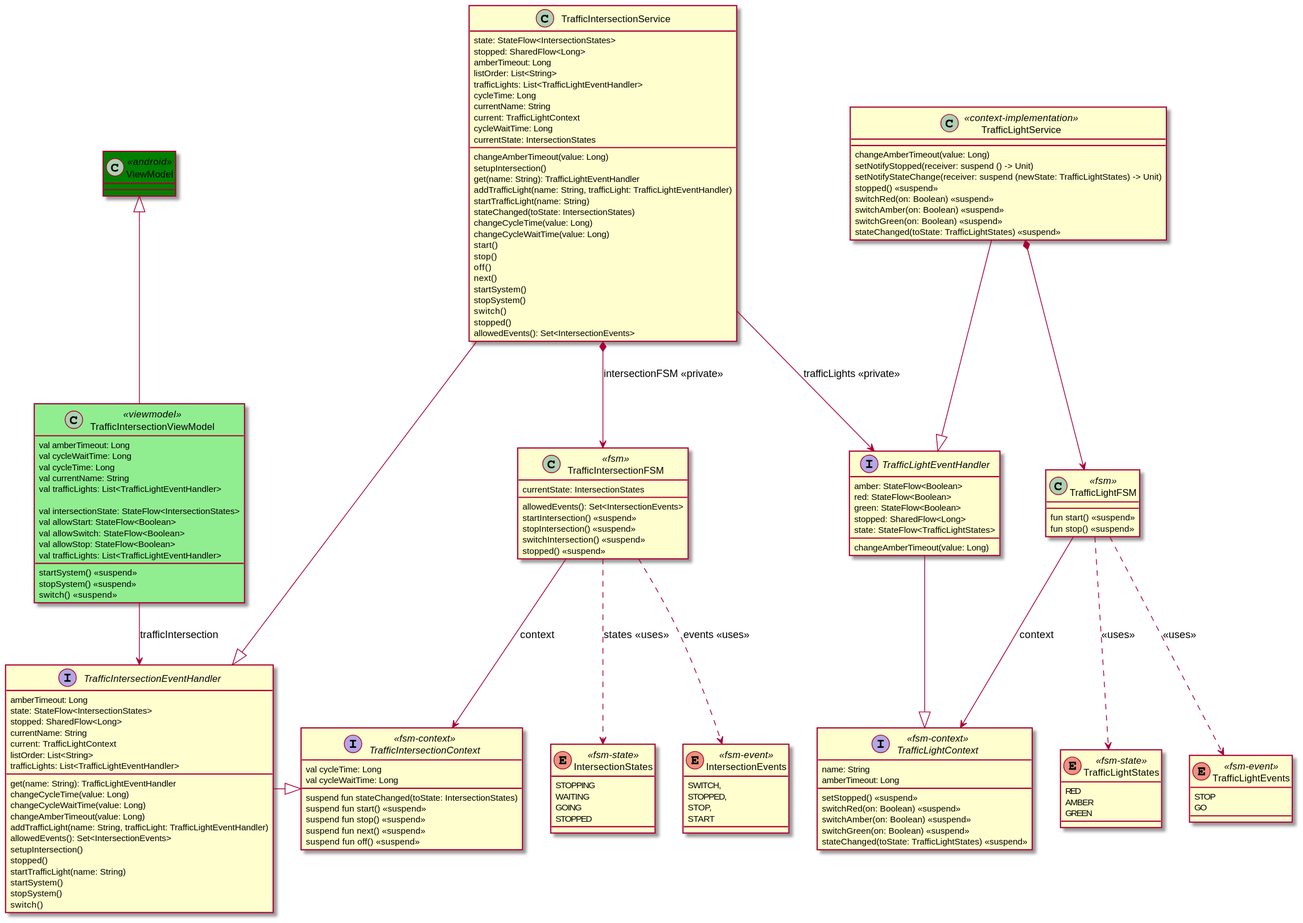
Above: traffic-intersection-model.svg in open-jumpco/kfsm-mpp-compose-traffic (PlantUML), before the change. The source it was exported from:
```plantuml
@startuml

enum TrafficLightStates <<fsm-state>> {
    RED
    AMBER
    GREEN
}

enum TrafficLightEvents <<fsm-event>> {
    STOP
    GO
}
interface TrafficLightContext <<fsm-context>> {
    name: String
    amberTimeout: Long
    setStopped() <<suspend>>
    switchRed(on: Boolean) <<suspend>>
    switchAmber(on: Boolean) <<suspend>>
    switchGreen(on: Boolean) <<suspend>>
    stateChanged(toState: TrafficLightStates) <<suspend>>
}

interface TrafficLightEventHandler {
    amber: StateFlow<Boolean>
    red: StateFlow<Boolean>
    green: StateFlow<Boolean>
    stopped: SharedFlow<Long>
    state: StateFlow<TrafficLightStates>
    changeAmberTimeout(value: Long)
}
TrafficLightEventHandler -|> TrafficLightContext

class TrafficLightFSM <<fsm>> {
    fun start() <<suspend>>
    fun stop() <<suspend>>
}

TrafficLightFSM ..> TrafficLightStates: <<uses>>
TrafficLightFSM ..> TrafficLightEvents: <<uses>>
TrafficLightFSM --> TrafficLightContext: context

class TrafficLightService <<context-implementation>> {
    changeAmberTimeout(value: Long)
    setNotifyStopped(receiver: suspend () -> Unit)
    setNotifyStateChange(receiver: suspend (newState: TrafficLightStates) -> Unit)
    stopped() <<suspend>>
    switchRed(on: Boolean) <<suspend>>
    switchAmber(on: Boolean) <<suspend>>
    switchGreen(on: Boolean) <<suspend>>
    stateChanged(toState: TrafficLightStates) <<suspend>>
}

TrafficLightService --|> TrafficLightEventHandler
TrafficLightService *--> TrafficLightFSM


enum IntersectionStates <<fsm-state>> {
    STOPPING
    WAITING
    GOING
    STOPPED
}

enum IntersectionEvents <<fsm-event>> {
    SWITCH,
    STOPPED,
    STOP,
    START
}

interface TrafficIntersectionContext <<fsm-context>> {
    val cycleTime: Long
    val cycleWaitTime: Long
    suspend fun stateChanged(toState: IntersectionStates)
    suspend fun start() <<suspend>>
    suspend fun stop() <<suspend>>
    suspend fun next() <<suspend>>
    suspend fun off() <<suspend>>
}

class TrafficIntersectionFSM <<fsm>> {
    currentState: IntersectionStates
    allowedEvents(): Set<IntersectionEvents>
    startIntersection() <<suspend>>
    stopIntersection() <<suspend>>
    switchIntersection() <<suspend>>
    stopped() <<suspend>>
}

TrafficIntersectionFSM --> TrafficIntersectionContext: context
TrafficIntersectionFSM ..> IntersectionEvents: events <<uses>>
TrafficIntersectionFSM ..> IntersectionStates: states <<uses>>

interface TrafficIntersectionEventHandler {
    amberTimeout: Long
    state: StateFlow<IntersectionStates>
    stopped: SharedFlow<Long>
    currentName: String
    current: TrafficLightContext
    listOrder: List<String>
    trafficLights: List<TrafficLightEventHandler>
    get(name: String): TrafficLightEventHandler
    changeCycleTime(value: Long)
    changeCycleWaitTime(value: Long)
    changeAmberTimeout(value: Long)
    addTrafficLight(name: String, trafficLight: TrafficLightEventHandler)
    allowedEvents(): Set<IntersectionEvents>
    setupIntersection()
    stopped()
    startTrafficLight(name: String)
    startSystem()
    stopSystem()
    switch()
}

TrafficIntersectionEventHandler -|> TrafficIntersectionContext

class TrafficIntersectionService {
    state: StateFlow<IntersectionStates>
    stopped: SharedFlow<Long>
    amberTimeout: Long
    changeAmberTimeout(value: Long)
    setupIntersection()
    listOrder: List<String>
    trafficLights: List<TrafficLightEventHandler>
    cycleTime: Long
        currentName: String
        current: TrafficLightContext
        cycleWaitTime: Long
        currentState: IntersectionStates
    get(name: String): TrafficLightEventHandler
    addTrafficLight(name: String, trafficLight: TrafficLightEventHandler)
    startTrafficLight(name: String)
    stateChanged(toState: IntersectionStates)
    changeCycleTime(value: Long)
    changeCycleWaitTime(value: Long)
    start()
    stop()
    off()
    next()
    startSystem()
    stopSystem()
    switch()
    stopped()
    allowedEvents(): Set<IntersectionEvents>
}

TrafficIntersectionService --|> TrafficIntersectionEventHandler
TrafficIntersectionService *--> TrafficIntersectionFSM: intersectionFSM <<private>>
TrafficIntersectionService --> TrafficLightEventHandler: trafficLights <<private>>

class TrafficIntersectionViewModel <<viewmodel>> #lightgreen {
    val amberTimeout: Long
    val cycleWaitTime: Long
    val cycleTime: Long
    val currentName: String
    val trafficLights: List<TrafficLightEventHandler>

    val intersectionState: StateFlow<IntersectionStates>
    val allowStart: StateFlow<Boolean>
    val allowSwitch: StateFlow<Boolean>
    val allowStop: StateFlow<Boolean>
    val trafficLights: List<TrafficLightEventHandler>

    startSystem() <<suspend>>
    stopSystem() <<suspend>>
    switch() <<suspend>>
}

TrafficIntersectionViewModel --> TrafficIntersectionEventHandler: trafficIntersection
TrafficIntersectionViewModel -up-|> ViewModel
class ViewModel <<android>> #green {
}

@enduml
```
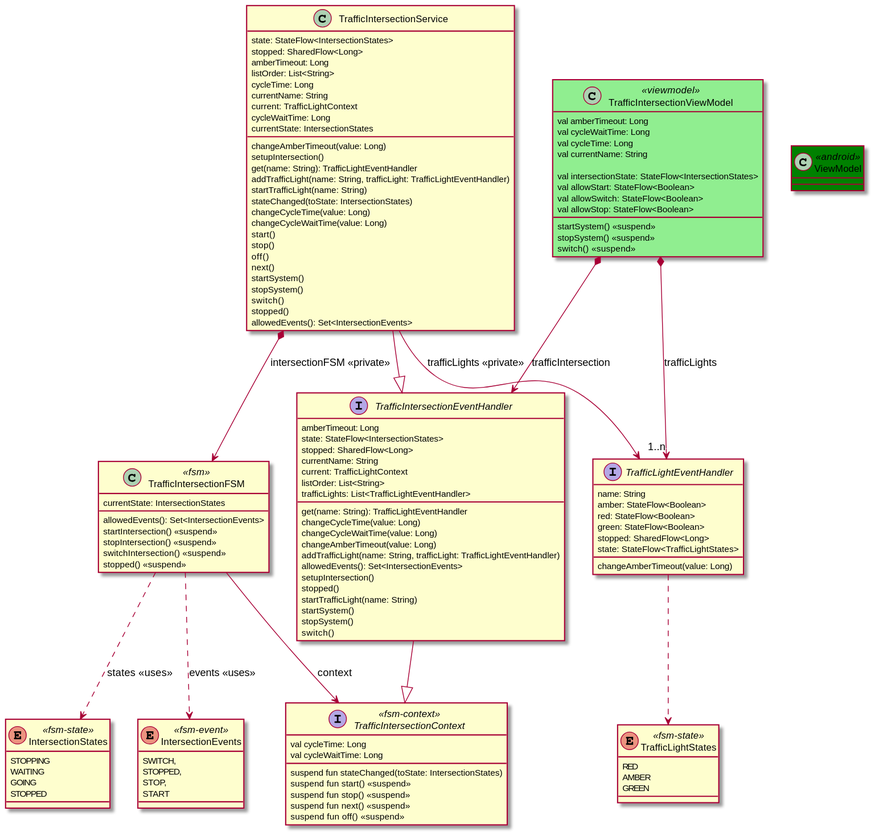
The same diagram one commit later.

Diff of the diagram source:
```diff
@@ -6,21 +6,8 @@
     GREEN
 }
 
-enum TrafficLightEvents <<fsm-event>> {
-    STOP
-    GO
-}
-interface TrafficLightContext <<fsm-context>> {
+interface TrafficLightEventHandler {
     name: String
-    amberTimeout: Long
-    setStopped() <<suspend>>
-    switchRed(on: Boolean) <<suspend>>
-    switchAmber(on: Boolean) <<suspend>>
-    switchGreen(on: Boolean) <<suspend>>
-    stateChanged(toState: TrafficLightStates) <<suspend>>
-}
-
-interface TrafficLightEventHandler {
     amber: StateFlow<Boolean>
     red: StateFlow<Boolean>
     green: StateFlow<Boolean>
@@ -28,31 +15,8 @@
     state: StateFlow<TrafficLightStates>
     changeAmberTimeout(value: Long)
 }
-TrafficLightEventHandler -|> TrafficLightContext
 
-class TrafficLightFSM <<fsm>> {
-    fun start() <<suspend>>
-    fun stop() <<suspend>>
-}
-
-TrafficLightFSM ..> TrafficLightStates: <<uses>>
-TrafficLightFSM ..> TrafficLightEvents: <<uses>>
-TrafficLightFSM --> TrafficLightContext: context
-
-class TrafficLightService <<context-implementation>> {
-    changeAmberTimeout(value: Long)
-    setNotifyStopped(receiver: suspend () -> Unit)
-    setNotifyStateChange(receiver: suspend (newState: TrafficLightStates) -> Unit)
-    stopped() <<suspend>>
-    switchRed(on: Boolean) <<suspend>>
-    switchAmber(on: Boolean) <<suspend>>
-    switchGreen(on: Boolean) <<suspend>>
-    stateChanged(toState: TrafficLightStates) <<suspend>>
-}
-
-TrafficLightService --|> TrafficLightEventHandler
-TrafficLightService *--> TrafficLightFSM
-
+TrafficLightEventHandler ..> TrafficLightStates
 
 enum IntersectionStates <<fsm-state>> {
     STOPPING
@@ -122,7 +86,6 @@
     changeAmberTimeout(value: Long)
     setupIntersection()
     listOrder: List<String>
-    trafficLights: List<TrafficLightEventHandler>
     cycleTime: Long
         currentName: String
         current: TrafficLightContext
@@ -154,21 +117,20 @@
     val cycleWaitTime: Long
     val cycleTime: Long
     val currentName: String
-    val trafficLights: List<TrafficLightEventHandler>
 
     val intersectionState: StateFlow<IntersectionStates>
     val allowStart: StateFlow<Boolean>
     val allowSwitch: StateFlow<Boolean>
     val allowStop: StateFlow<Boolean>
-    val trafficLights: List<TrafficLightEventHandler>
 
     startSystem() <<suspend>>
     stopSystem() <<suspend>>
     switch() <<suspend>>
 }
 
-TrafficIntersectionViewModel --> TrafficIntersectionEventHandler: trafficIntersection
-TrafficIntersectionViewModel -up-|> ViewModel
+TrafficIntersectionViewModel *--> "1..n" TrafficLightEventHandler: trafficLights
+TrafficIntersectionViewModel *--> TrafficIntersectionEventHandler: trafficIntersection
+
 class ViewModel <<android>> #green {
 }
 
```
